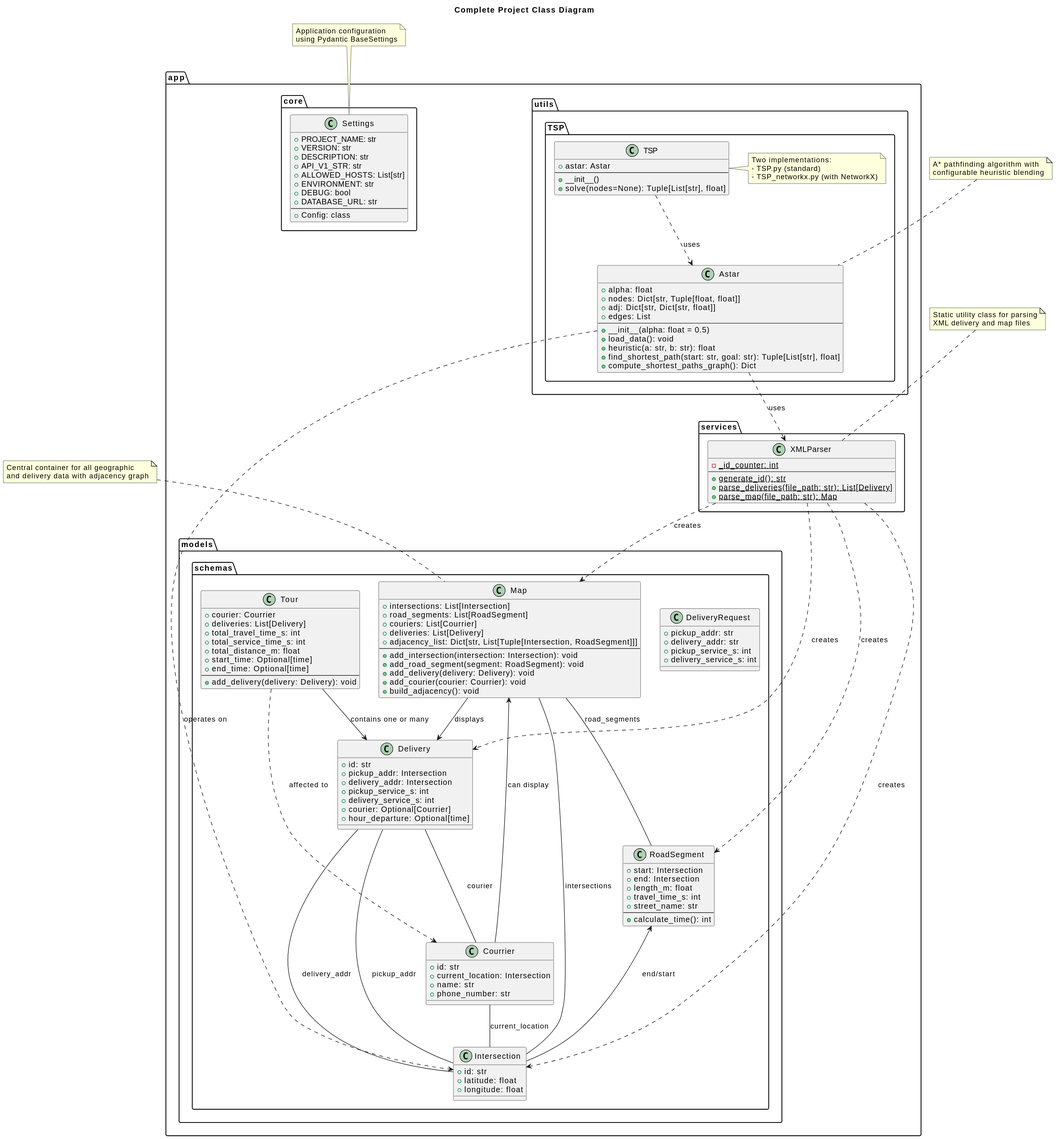
The PlantUML diagram deliverables/generated_svgs/data_model_class_diagram.svg in WiredMind2/PLD-AGILE, before a commit. The source it was exported from:
```plantuml
@startuml
title Complete Project Class Diagram

!define DATACLASS class

package "app.models.schemas" {

    DATACLASS Intersection {
        +id: str
        +latitude: float
        +longitude: float
    }

    DATACLASS DeliveryRequest {
        +pickup_addr: str
        +delivery_addr: str
        +pickup_service_s: int
        +delivery_service_s: int
    }

    DATACLASS Courrier {
        +id: str
        +current_location: Intersection
        +name: str
        +phone_number: str
    }

    DATACLASS RoadSegment {
        +start: Intersection
        +end: Intersection
        +length_m: float
        +travel_time_s: int
        +street_name: str
        --
        +calculate_time(): int
    }

    DATACLASS Delivery {
        +id: str
        +pickup_addr: Intersection
        +delivery_addr: Intersection
        +pickup_service_s: int
        +delivery_service_s: int
        +courier: Optional[Courrier]
        +hour_departure: Optional[time]
    }

    DATACLASS Tour {
        +courier: Courrier
        +deliveries: List[Delivery]
        +total_travel_time_s: int
        +total_service_time_s: int
        +total_distance_m: float
        +start_time: Optional[time]
        +end_time: Optional[time]
        --
        +add_delivery(delivery: Delivery): void
    }

    DATACLASS Map {
        +intersections: List[Intersection]
        +road_segments: List[RoadSegment]
        +couriers: List[Courrier]
        +deliveries: List[Delivery]
        +adjacency_list: Dict[str, List[Tuple[Intersection, RoadSegment]]]
        --
        +add_intersection(intersection: Intersection): void
        +add_road_segment(segment: RoadSegment): void
        +add_delivery(delivery: Delivery): void
        +add_courier(courier: Courrier): void
        +build_adjacency(): void
    }

}

package "app.services" {

    class XMLParser {
        -{static} _id_counter: int
        --
        +{static} generate_id(): str
        +{static} parse_deliveries(file_path: str): List[Delivery]
        +{static} parse_map(file_path: str): Map
    }

}

package "app.utils.TSP" {

    class Astar {
        +alpha: float
        +nodes: Dict[str, Tuple[float, float]]
        +adj: Dict[str, Dict[str, float]]
        +edges: List
        --
        +__init__(alpha: float = 0.5)
        +load_data(): void
        +heuristic(a: str, b: str): float
        +find_shortest_path(start: str, goal: str): Tuple[List[str], float]
        +compute_shortest_paths_graph(): Dict
    }

    class TSP {
        +astar: Astar
        --
        +__init__()
        +solve(nodes=None): Tuple[List[str], float]
    }

    note right of TSP : Two implementations:\n- TSP.py (standard)\n- TSP_networkx.py (with NetworkX)
    TSP ..> Astar : uses
}

package "app.core" {

    class Settings {
        +PROJECT_NAME: str
        +VERSION: str
        +DESCRIPTION: str
        +API_V1_STR: str
        +ALLOWED_HOSTS: List[str]
        +ENVIRONMENT: str
        +DEBUG: bool
        +DATABASE_URL: str
        --
        +Config: class
    }

}


Courrier -- Intersection : current_location
RoadSegment <-- Intersection : end/start
Delivery -- Intersection : pickup_addr
Delivery -- Intersection : delivery_addr
Delivery -- Courrier : courier

Tour ..> Courrier : affected to
Tour --> Delivery : contains one or many

Map -- Intersection : intersections
Map -- RoadSegment : road_segments


Map <-- Courrier : can display
Map --> Delivery : displays

XMLParser ..> Map : creates
XMLParser ..> Delivery : creates
XMLParser ..> Intersection : creates
XMLParser ..> RoadSegment : creates

Astar ..> XMLParser : uses
Astar ..> Intersection : operates on



note top of Map : Central container for all geographic\nand delivery data with adjacency graph

note top of XMLParser : Static utility class for parsing\nXML delivery and map files

note top of Astar : A* pathfinding algorithm with\nconfigurable heuristic blending

note top of Settings : Application configuration\nusing Pydantic BaseSettings
@enduml
```
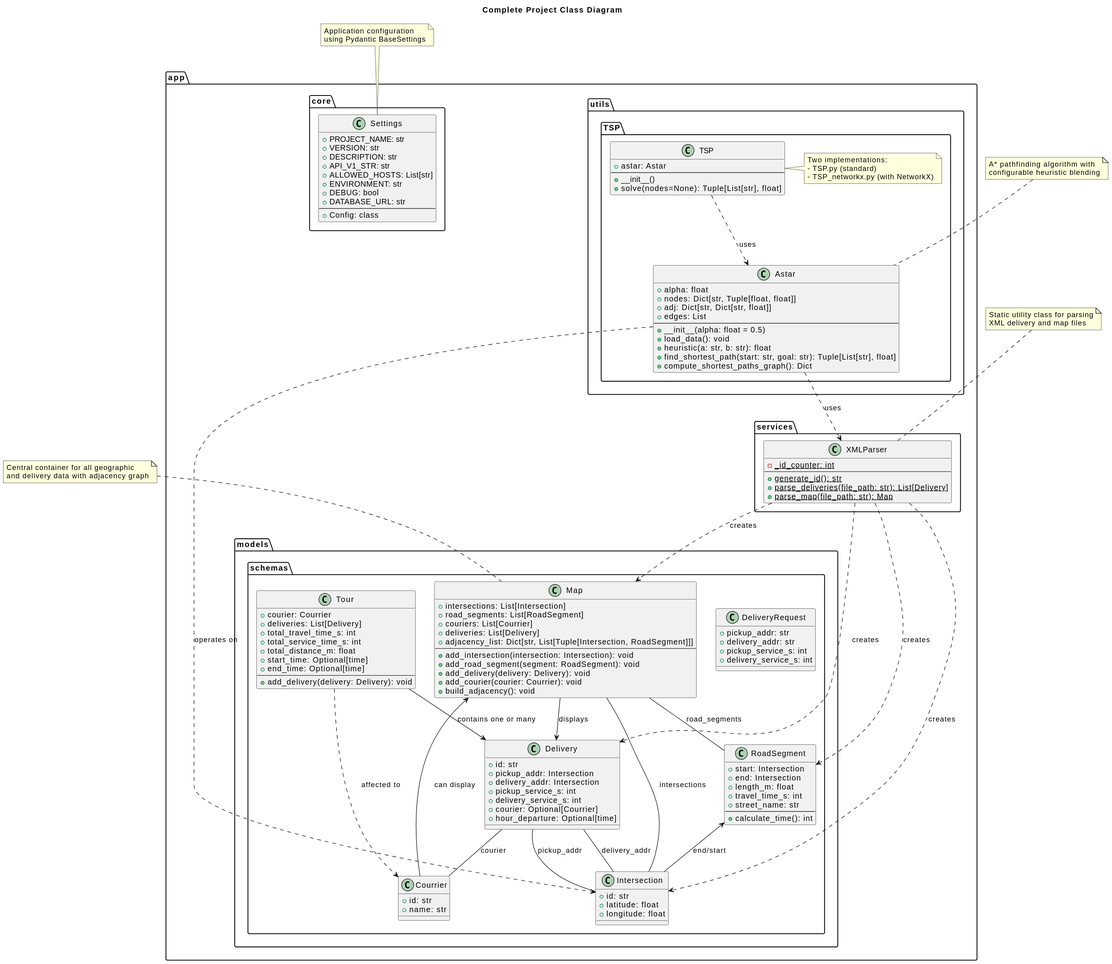
The same file after the commit.

The edit, as a diff of the source:
```diff
@@ -20,9 +20,7 @@
 
     DATACLASS Courrier {
         +id: str
-        +current_location: Intersection
         +name: str
-        +phone_number: str
     }
 
     DATACLASS RoadSegment {
@@ -129,7 +127,6 @@
 }
 
 
-Courrier -- Intersection : current_location
 RoadSegment <-- Intersection : end/start
 Delivery -- Intersection : pickup_addr
 Delivery -- Intersection : delivery_addr
```
